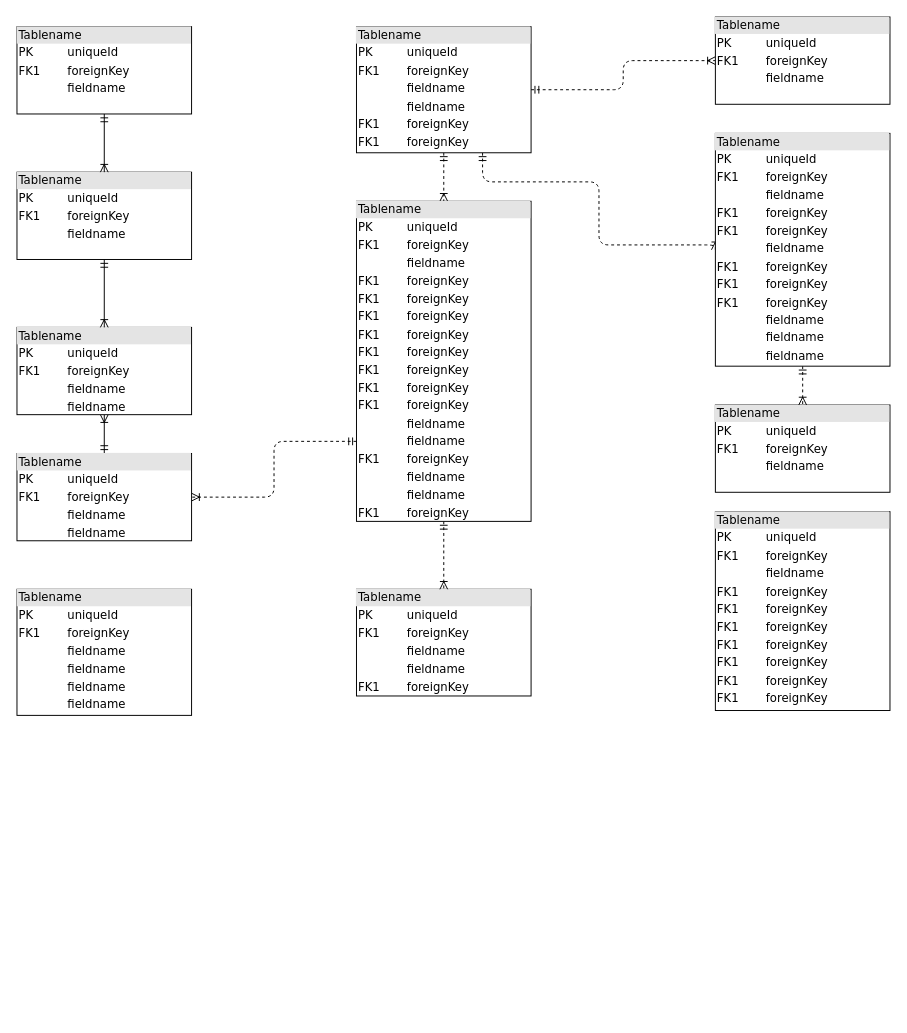
The draw.io diagram Untitled Diagram.drawio in Freely-TEA/binance_parscer, before the edit. Source tidied: cells renumbered, new cells numbered last; positions are measured from the earlier drawing's top-left corner, leaving out a move shared by most shapes. Both pictures are drawn from the tidied source at 97%, with x=0, y=0 at pixel (16, 16).
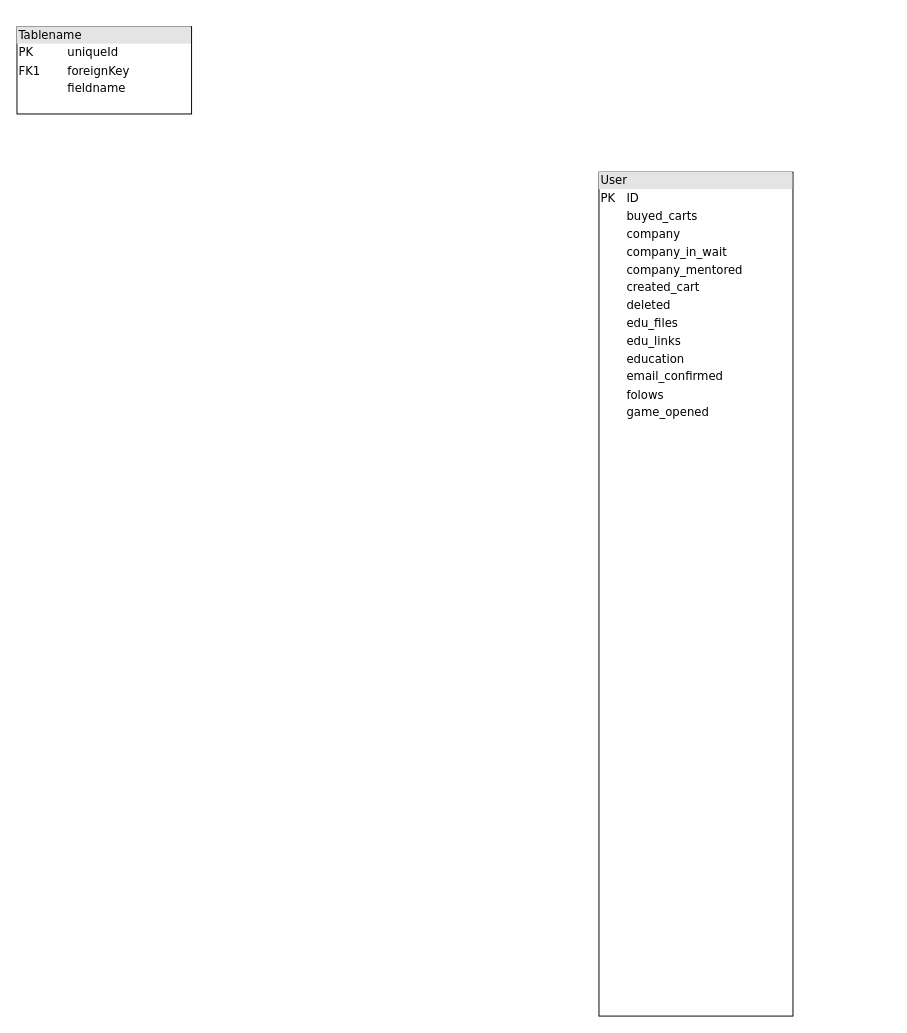
The same page after the edit.

Unchanged cells that the change refers to:
```xml
<mxCell id="2" value="&lt;div style=&quot;box-sizing:border-box;width:100%;background:#e4e4e4;padding:2px;&quot;&gt;Tablename&lt;/div&gt;&lt;table style=&quot;width:100%;font-size:1em;&quot; cellpadding=&quot;2&quot; cellspacing=&quot;0&quot;&gt;&lt;tr&gt;&lt;td&gt;PK&lt;/td&gt;&lt;td&gt;uniqueId&lt;/td&gt;&lt;/tr&gt;&lt;tr&gt;&lt;td&gt;FK1&lt;/td&gt;&lt;td&gt;foreignKey&lt;/td&gt;&lt;/tr&gt;&lt;tr&gt;&lt;td&gt;&lt;/td&gt;&lt;td&gt;fieldname&lt;/td&gt;&lt;/tr&gt;&lt;/table&gt;" style="verticalAlign=top;align=left;overflow=fill;html=1;rounded=0;shadow=0;comic=0;labelBackgroundColor=none;strokeWidth=1;fontFamily=Verdana;fontSize=12;" parent="1" vertex="1">
  <mxGeometry y="10" width="180" height="90" as="geometry" />
</mxCell>
```

The edit, as a diff of the source:
```diff
@@
-    <mxCell id="3" style="edgeStyle=orthogonalEdgeStyle;html=1;entryX=0.5;entryY=0;dashed=1;labelBackgroundColor=none;startArrow=ERmandOne;endArrow=ERoneToMany;fontFamily=Verdana;fontSize=12;align=left;" parent="1" edge="1" source="6" target="16">
-      <mxGeometry relative="1" as="geometry" />
-    </mxCell>
-    <mxCell id="4" style="edgeStyle=orthogonalEdgeStyle;html=1;dashed=1;labelBackgroundColor=none;startArrow=ERmandOne;endArrow=ERoneToMany;fontFamily=Verdana;fontSize=12;align=left;entryX=0;entryY=0.5;" parent="1" edge="1" source="6" target="19">
-      <mxGeometry relative="1" as="geometry">
-        <Array as="points">
-          <mxPoint x="480" y="170" />
-          <mxPoint x="600" y="170" />
-          <mxPoint x="600" y="235" />
-        </Array>
-      </mxGeometry>
-    </mxCell>
-    <mxCell id="5" style="edgeStyle=orthogonalEdgeStyle;html=1;dashed=1;labelBackgroundColor=none;startArrow=ERmandOne;endArrow=ERoneToMany;fontFamily=Verdana;fontSize=12;align=left;" parent="1" edge="1" source="6" target="20">
-      <mxGeometry relative="1" as="geometry" />
-    </mxCell>
-    <mxCell id="6" value="&lt;div style=&quot;box-sizing: border-box ; width: 100% ; background: #e4e4e4 ; padding: 2px&quot;&gt;Tablename&lt;/div&gt;&lt;table style=&quot;width: 100% ; font-size: 1em&quot; cellpadding=&quot;2&quot; cellspacing=&quot;0&quot;&gt;&lt;tbody&gt;&lt;tr&gt;&lt;td&gt;PK&lt;/td&gt;&lt;td&gt;uniqueId&lt;/td&gt;&lt;/tr&gt;&lt;tr&gt;&lt;td&gt;FK1&lt;/td&gt;&lt;td&gt;foreignKey&lt;/td&gt;&lt;/tr&gt;&lt;tr&gt;&lt;td&gt;&lt;/td&gt;&lt;td&gt;fieldname&lt;/td&gt;&lt;/tr&gt;&lt;tr&gt;&lt;td&gt;&lt;br&gt;&lt;/td&gt;&lt;td&gt;fieldname&lt;br&gt;&lt;/td&gt;&lt;/tr&gt;&lt;tr&gt;&lt;td&gt;FK1&lt;br&gt;&lt;/td&gt;&lt;td&gt;foreignKey&lt;br&gt;&lt;/td&gt;&lt;/tr&gt;&lt;tr&gt;&lt;td&gt;FK1&lt;br&gt;&lt;/td&gt;&lt;td&gt;foreignKey&lt;br&gt;&lt;/td&gt;&lt;/tr&gt;&lt;/tbody&gt;&lt;/table&gt;" style="verticalAlign=top;align=left;overflow=fill;html=1;rounded=0;shadow=0;comic=0;labelBackgroundColor=none;strokeWidth=1;fontFamily=Verdana;fontSize=12;" parent="1" vertex="1">
-      <mxGeometry x="350" y="10" width="180" height="130" as="geometry" />
-    </mxCell>
-    <mxCell id="7" style="edgeStyle=orthogonalEdgeStyle;html=1;labelBackgroundColor=none;startArrow=ERmandOne;endArrow=ERoneToMany;fontFamily=Verdana;fontSize=12;align=left;" parent="1" edge="1" source="9" target="10">
-      <mxGeometry relative="1" as="geometry" />
-    </mxCell>
-    <mxCell id="8" style="edgeStyle=orthogonalEdgeStyle;html=1;exitX=0;exitY=0.75;entryX=1;entryY=0.5;dashed=1;labelBackgroundColor=none;startArrow=ERmandOne;endArrow=ERoneToMany;fontFamily=Verdana;fontSize=12;align=left;" parent="1" edge="1" source="16" target="9">
-      <mxGeometry relative="1" as="geometry" />
-    </mxCell>
-    <mxCell id="9" value="&lt;div style=&quot;box-sizing: border-box ; width: 100% ; background: #e4e4e4 ; padding: 2px&quot;&gt;Tablename&lt;/div&gt;&lt;table style=&quot;width: 100% ; font-size: 1em&quot; cellpadding=&quot;2&quot; cellspacing=&quot;0&quot;&gt;&lt;tbody&gt;&lt;tr&gt;&lt;td&gt;PK&lt;/td&gt;&lt;td&gt;uniqueId&lt;/td&gt;&lt;/tr&gt;&lt;tr&gt;&lt;td&gt;FK1&lt;/td&gt;&lt;td&gt;foreignKey&lt;/td&gt;&lt;/tr&gt;&lt;tr&gt;&lt;td&gt;&lt;/td&gt;&lt;td&gt;fieldname&lt;/td&gt;&lt;/tr&gt;&lt;tr&gt;&lt;td&gt;&lt;br&gt;&lt;/td&gt;&lt;td&gt;fieldname&lt;br&gt;&lt;/td&gt;&lt;/tr&gt;&lt;/tbody&gt;&lt;/table&gt;" style="verticalAlign=top;align=left;overflow=fill;html=1;rounded=0;shadow=0;comic=0;labelBackgroundColor=none;strokeWidth=1;fontFamily=Verdana;fontSize=12;" parent="1" vertex="1">
-      <mxGeometry y="450" width="180" height="90" as="geometry" />
-    </mxCell>
-    <mxCell id="10" value="&lt;div style=&quot;box-sizing: border-box ; width: 100% ; background: #e4e4e4 ; padding: 2px&quot;&gt;Tablename&lt;/div&gt;&lt;table style=&quot;width: 100% ; font-size: 1em&quot; cellpadding=&quot;2&quot; cellspacing=&quot;0&quot;&gt;&lt;tbody&gt;&lt;tr&gt;&lt;td&gt;PK&lt;/td&gt;&lt;td&gt;uniqueId&lt;/td&gt;&lt;/tr&gt;&lt;tr&gt;&lt;td&gt;FK1&lt;/td&gt;&lt;td&gt;foreignKey&lt;/td&gt;&lt;/tr&gt;&lt;tr&gt;&lt;td&gt;&lt;/td&gt;&lt;td&gt;fieldname&lt;/td&gt;&lt;/tr&gt;&lt;tr&gt;&lt;td&gt;&lt;br&gt;&lt;/td&gt;&lt;td&gt;fieldname&lt;br&gt;&lt;/td&gt;&lt;/tr&gt;&lt;/tbody&gt;&lt;/table&gt;" style="verticalAlign=top;align=left;overflow=fill;html=1;rounded=0;shadow=0;comic=0;labelBackgroundColor=none;strokeWidth=1;fontFamily=Verdana;fontSize=12;" parent="1" vertex="1">
-      <mxGeometry y="320" width="180" height="90" as="geometry" />
-    </mxCell>
-    <mxCell id="11" style="edgeStyle=orthogonalEdgeStyle;html=1;entryX=0.5;entryY=0;labelBackgroundColor=none;startArrow=ERmandOne;endArrow=ERoneToMany;fontFamily=Verdana;fontSize=12;align=left;" parent="1" edge="1" source="12" target="10">
-      <mxGeometry relative="1" as="geometry" />
-    </mxCell>
-    <mxCell id="12" value="&lt;div style=&quot;box-sizing:border-box;width:100%;background:#e4e4e4;padding:2px;&quot;&gt;Tablename&lt;/div&gt;&lt;table style=&quot;width:100%;font-size:1em;&quot; cellpadding=&quot;2&quot; cellspacing=&quot;0&quot;&gt;&lt;tr&gt;&lt;td&gt;PK&lt;/td&gt;&lt;td&gt;uniqueId&lt;/td&gt;&lt;/tr&gt;&lt;tr&gt;&lt;td&gt;FK1&lt;/td&gt;&lt;td&gt;foreignKey&lt;/td&gt;&lt;/tr&gt;&lt;tr&gt;&lt;td&gt;&lt;/td&gt;&lt;td&gt;fieldname&lt;/td&gt;&lt;/tr&gt;&lt;/table&gt;" style="verticalAlign=top;align=left;overflow=fill;html=1;rounded=0;shadow=0;comic=0;labelBackgroundColor=none;strokeWidth=1;fontFamily=Verdana;fontSize=12;" parent="1" vertex="1">
-      <mxGeometry y="160" width="180" height="90" as="geometry" />
-    </mxCell>
-    <mxCell id="13" value="&lt;div style=&quot;box-sizing: border-box ; width: 100% ; background: #e4e4e4 ; padding: 2px&quot;&gt;Tablename&lt;/div&gt;&lt;table style=&quot;width: 100% ; font-size: 1em&quot; cellpadding=&quot;2&quot; cellspacing=&quot;0&quot;&gt;&lt;tbody&gt;&lt;tr&gt;&lt;td&gt;PK&lt;/td&gt;&lt;td&gt;uniqueId&lt;/td&gt;&lt;/tr&gt;&lt;tr&gt;&lt;td&gt;FK1&lt;/td&gt;&lt;td&gt;foreignKey&lt;/td&gt;&lt;/tr&gt;&lt;tr&gt;&lt;td&gt;&lt;/td&gt;&lt;td&gt;fieldname&lt;/td&gt;&lt;/tr&gt;&lt;tr&gt;&lt;td&gt;FK1&lt;br&gt;&lt;/td&gt;&lt;td&gt;foreignKey&lt;br&gt;&lt;/td&gt;&lt;/tr&gt;&lt;tr&gt;&lt;td&gt;FK1&lt;br&gt;&lt;/td&gt;&lt;td&gt;foreignKey&lt;br&gt;&lt;/td&gt;&lt;/tr&gt;&lt;tr&gt;&lt;td&gt;FK1&lt;br&gt;&lt;/td&gt;&lt;td&gt;foreignKey&lt;br&gt;&lt;/td&gt;&lt;/tr&gt;&lt;tr&gt;&lt;td&gt;FK1&lt;br&gt;&lt;/td&gt;&lt;td&gt;foreignKey&lt;br&gt;&lt;/td&gt;&lt;/tr&gt;&lt;tr&gt;&lt;td&gt;FK1&lt;br&gt;&lt;/td&gt;&lt;td&gt;foreignKey&lt;br&gt;&lt;/td&gt;&lt;/tr&gt;&lt;tr&gt;&lt;td&gt;FK1&lt;br&gt;&lt;/td&gt;&lt;td&gt;foreignKey&lt;br&gt;&lt;/td&gt;&lt;/tr&gt;&lt;tr&gt;&lt;td&gt;FK1&lt;br&gt;&lt;/td&gt;&lt;td&gt;foreignKey&lt;br&gt;&lt;/td&gt;&lt;/tr&gt;&lt;/tbody&gt;&lt;/table&gt;" style="verticalAlign=top;align=left;overflow=fill;html=1;rounded=0;shadow=0;comic=0;labelBackgroundColor=none;strokeWidth=1;fontFamily=Verdana;fontSize=12;" parent="1" vertex="1">
-      <mxGeometry x="720" y="510" width="180" height="205" as="geometry" />
+    <mxCell id="13" value="&lt;div style=&quot;box-sizing: border-box ; width: 100% ; background: #e4e4e4 ; padding: 2px&quot;&gt;User&lt;/div&gt;&lt;table style=&quot;width: 100% ; font-size: 1em&quot; cellspacing=&quot;0&quot; cellpadding=&quot;2&quot;&gt;&lt;tbody&gt;&lt;tr&gt;&lt;td&gt;PK&lt;/td&gt;&lt;td&gt;ID&lt;br&gt;&lt;/td&gt;&lt;/tr&gt;&lt;tr&gt;&lt;td&gt;&lt;br&gt;&lt;/td&gt;&lt;td&gt;buyed_carts&lt;/td&gt;&lt;/tr&gt;&lt;tr&gt;&lt;td&gt;&lt;br&gt;&lt;/td&gt;&lt;td&gt;company&lt;/td&gt;&lt;/tr&gt;&lt;tr&gt;&lt;td&gt;&lt;br&gt;&lt;/td&gt;&lt;td&gt;company_in_wait&lt;br&gt;&lt;/td&gt;&lt;/tr&gt;&lt;tr&gt;&lt;td&gt;&lt;br&gt;&lt;/td&gt;&lt;td&gt;company_mentored&lt;br&gt;&lt;/td&gt;&lt;/tr&gt;&lt;tr&gt;&lt;td&gt;&lt;br&gt;&lt;/td&gt;&lt;td&gt;created_cart&lt;br&gt;&lt;/td&gt;&lt;/tr&gt;&lt;tr&gt;&lt;td&gt;&lt;br&gt;&lt;/td&gt;&lt;td&gt;deleted&lt;br&gt;&lt;/td&gt;&lt;/tr&gt;&lt;tr&gt;&lt;td&gt;&lt;br&gt;&lt;/td&gt;&lt;td&gt;edu_files&lt;br&gt;&lt;/td&gt;&lt;/tr&gt;&lt;tr&gt;&lt;td&gt;&lt;br&gt;&lt;/td&gt;&lt;td&gt;edu_links&lt;br&gt;&lt;/td&gt;&lt;/tr&gt;&lt;tr&gt;&lt;td&gt;&lt;br&gt;&lt;/td&gt;&lt;td&gt;education&lt;br&gt;&lt;/td&gt;&lt;/tr&gt;&lt;tr&gt;&lt;td&gt;&lt;br&gt;&lt;/td&gt;&lt;td&gt;email_confirmed&lt;br&gt;&lt;/td&gt;&lt;/tr&gt;&lt;tr&gt;&lt;td&gt;&lt;br&gt;&lt;/td&gt;&lt;td&gt;folows&lt;br&gt;&lt;/td&gt;&lt;/tr&gt;&lt;tr&gt;&lt;td&gt;&lt;br&gt;&lt;/td&gt;&lt;td&gt;game_opened&lt;br&gt;&lt;/td&gt;&lt;/tr&gt;&lt;/tbody&gt;&lt;/table&gt;" style="verticalAlign=top;align=left;overflow=fill;html=1;rounded=0;shadow=0;comic=0;labelBackgroundColor=none;strokeWidth=1;fontFamily=Verdana;fontSize=12;" parent="1" vertex="1">
+      <mxGeometry x="600" y="160" width="200" height="870" as="geometry" />
     </mxCell>
-    <mxCell id="14" value="&lt;div style=&quot;box-sizing: border-box ; width: 100% ; background: #e4e4e4 ; padding: 2px&quot;&gt;Tablename&lt;/div&gt;&lt;table style=&quot;width: 100% ; font-size: 1em&quot; cellpadding=&quot;2&quot; cellspacing=&quot;0&quot;&gt;&lt;tbody&gt;&lt;tr&gt;&lt;td&gt;PK&lt;/td&gt;&lt;td&gt;uniqueId&lt;/td&gt;&lt;/tr&gt;&lt;tr&gt;&lt;td&gt;FK1&lt;/td&gt;&lt;td&gt;foreignKey&lt;/td&gt;&lt;/tr&gt;&lt;tr&gt;&lt;td&gt;&lt;/td&gt;&lt;td&gt;fieldname&lt;/td&gt;&lt;/tr&gt;&lt;tr&gt;&lt;td&gt;&lt;br&gt;&lt;/td&gt;&lt;td&gt;fieldname&lt;br&gt;&lt;/td&gt;&lt;/tr&gt;&lt;tr&gt;&lt;td&gt;FK1&lt;br&gt;&lt;/td&gt;&lt;td&gt;foreignKey&lt;br&gt;&lt;/td&gt;&lt;/tr&gt;&lt;/tbody&gt;&lt;/table&gt;" style="verticalAlign=top;align=left;overflow=fill;html=1;rounded=0;shadow=0;comic=0;labelBackgroundColor=none;strokeWidth=1;fontFamily=Verdana;fontSize=12;" parent="1" vertex="1">
-      <mxGeometry x="350" y="590" width="180" height="110" as="geometry" />
-    </mxCell>
-    <mxCell id="15" style="edgeStyle=orthogonalEdgeStyle;html=1;entryX=0.5;entryY=0;labelBackgroundColor=none;startArrow=ERmandOne;endArrow=ERoneToMany;fontFamily=Verdana;fontSize=12;align=left;dashed=1;" parent="1" edge="1" source="16" target="14">
-      <mxGeometry relative="1" as="geometry" />
-    </mxCell>
-    <mxCell id="16" value="&lt;div style=&quot;box-sizing: border-box ; width: 100% ; background: #e4e4e4 ; padding: 2px&quot;&gt;Tablename&lt;/div&gt;&lt;table style=&quot;width: 100% ; font-size: 1em&quot; cellpadding=&quot;2&quot; cellspacing=&quot;0&quot;&gt;&lt;tbody&gt;&lt;tr&gt;&lt;td&gt;PK&lt;/td&gt;&lt;td&gt;uniqueId&lt;/td&gt;&lt;/tr&gt;&lt;tr&gt;&lt;td&gt;FK1&lt;/td&gt;&lt;td&gt;foreignKey&lt;/td&gt;&lt;/tr&gt;&lt;tr&gt;&lt;td&gt;&lt;/td&gt;&lt;td&gt;fieldname&lt;/td&gt;&lt;/tr&gt;&lt;tr&gt;&lt;td&gt;FK1&lt;br&gt;&lt;/td&gt;&lt;td&gt;foreignKey&lt;br&gt;&lt;/td&gt;&lt;/tr&gt;&lt;tr&gt;&lt;td&gt;FK1&lt;br&gt;&lt;/td&gt;&lt;td&gt;foreignKey&lt;br&gt;&lt;/td&gt;&lt;/tr&gt;&lt;tr&gt;&lt;td&gt;FK1&lt;br&gt;&lt;/td&gt;&lt;td&gt;foreignKey&lt;br&gt;&lt;/td&gt;&lt;/tr&gt;&lt;tr&gt;&lt;td&gt;FK1&lt;br&gt;&lt;/td&gt;&lt;td&gt;foreignKey&lt;br&gt;&lt;/td&gt;&lt;/tr&gt;&lt;tr&gt;&lt;td&gt;FK1&lt;br&gt;&lt;/td&gt;&lt;td&gt;foreignKey&lt;br&gt;&lt;/td&gt;&lt;/tr&gt;&lt;tr&gt;&lt;td&gt;FK1&lt;br&gt;&lt;/td&gt;&lt;td&gt;foreignKey&lt;br&gt;&lt;/td&gt;&lt;/tr&gt;&lt;tr&gt;&lt;td&gt;FK1&lt;br&gt;&lt;/td&gt;&lt;td&gt;foreignKey&lt;br&gt;&lt;/td&gt;&lt;/tr&gt;&lt;tr&gt;&lt;td&gt;FK1&lt;br&gt;&lt;/td&gt;&lt;td&gt;foreignKey&lt;br&gt;&lt;/td&gt;&lt;/tr&gt;&lt;tr&gt;&lt;td&gt;&lt;br&gt;&lt;/td&gt;&lt;td&gt;fieldname&lt;br&gt;&lt;/td&gt;&lt;/tr&gt;&lt;tr&gt;&lt;td&gt;&lt;br&gt;&lt;/td&gt;&lt;td&gt;fieldname&lt;br&gt;&lt;/td&gt;&lt;/tr&gt;&lt;tr&gt;&lt;td&gt;FK1&lt;br&gt;&lt;/td&gt;&lt;td&gt;foreignKey&lt;br&gt;&lt;/td&gt;&lt;/tr&gt;&lt;tr&gt;&lt;td&gt;&lt;br&gt;&lt;/td&gt;&lt;td&gt;fieldname&lt;br&gt;&lt;/td&gt;&lt;/tr&gt;&lt;tr&gt;&lt;td&gt;&lt;br&gt;&lt;/td&gt;&lt;td&gt;fieldname&lt;br&gt;&lt;/td&gt;&lt;/tr&gt;&lt;tr&gt;&lt;td&gt;FK1&lt;br&gt;&lt;/td&gt;&lt;td&gt;foreignKey&lt;br&gt;&lt;/td&gt;&lt;/tr&gt;&lt;/tbody&gt;&lt;/table&gt;" style="verticalAlign=top;align=left;overflow=fill;html=1;rounded=0;shadow=0;comic=0;labelBackgroundColor=none;strokeWidth=1;fontFamily=Verdana;fontSize=12;" parent="1" vertex="1">
-      <mxGeometry x="350" y="190" width="180" height="330" as="geometry" />
-    </mxCell>
-    <mxCell id="17" value="&lt;div style=&quot;box-sizing:border-box;width:100%;background:#e4e4e4;padding:2px;&quot;&gt;Tablename&lt;/div&gt;&lt;table style=&quot;width:100%;font-size:1em;&quot; cellpadding=&quot;2&quot; cellspacing=&quot;0&quot;&gt;&lt;tr&gt;&lt;td&gt;PK&lt;/td&gt;&lt;td&gt;uniqueId&lt;/td&gt;&lt;/tr&gt;&lt;tr&gt;&lt;td&gt;FK1&lt;/td&gt;&lt;td&gt;foreignKey&lt;/td&gt;&lt;/tr&gt;&lt;tr&gt;&lt;td&gt;&lt;/td&gt;&lt;td&gt;fieldname&lt;/td&gt;&lt;/tr&gt;&lt;/table&gt;" style="verticalAlign=top;align=left;overflow=fill;html=1;rounded=0;shadow=0;comic=0;labelBackgroundColor=none;strokeWidth=1;fontFamily=Verdana;fontSize=12;" parent="1" vertex="1">
-      <mxGeometry x="720" y="400" width="180" height="90" as="geometry" />
-    </mxCell>
-    <mxCell id="18" style="edgeStyle=orthogonalEdgeStyle;html=1;entryX=0.5;entryY=0;dashed=1;labelBackgroundColor=none;startArrow=ERmandOne;endArrow=ERoneToMany;fontFamily=Verdana;fontSize=12;align=left;" parent="1" edge="1" source="19" target="17">
-      <mxGeometry relative="1" as="geometry" />
-    </mxCell>
-    <mxCell id="19" value="&lt;div style=&quot;box-sizing: border-box ; width: 100% ; background: #e4e4e4 ; padding: 2px&quot;&gt;Tablename&lt;/div&gt;&lt;table style=&quot;width: 100% ; font-size: 1em&quot; cellpadding=&quot;2&quot; cellspacing=&quot;0&quot;&gt;&lt;tbody&gt;&lt;tr&gt;&lt;td&gt;PK&lt;/td&gt;&lt;td&gt;uniqueId&lt;/td&gt;&lt;/tr&gt;&lt;tr&gt;&lt;td&gt;FK1&lt;/td&gt;&lt;td&gt;foreignKey&lt;/td&gt;&lt;/tr&gt;&lt;tr&gt;&lt;td&gt;&lt;/td&gt;&lt;td&gt;fieldname&lt;/td&gt;&lt;/tr&gt;&lt;tr&gt;&lt;td&gt;FK1&lt;br&gt;&lt;/td&gt;&lt;td&gt;foreignKey&lt;br&gt;&lt;/td&gt;&lt;/tr&gt;&lt;tr&gt;&lt;td&gt;FK1&lt;br&gt;&lt;/td&gt;&lt;td&gt;foreignKey&lt;br&gt;&lt;/td&gt;&lt;/tr&gt;&lt;tr&gt;&lt;td&gt;&lt;br&gt;&lt;/td&gt;&lt;td&gt;fieldname&lt;br&gt;&lt;/td&gt;&lt;/tr&gt;&lt;tr&gt;&lt;td&gt;FK1&lt;br&gt;&lt;/td&gt;&lt;td&gt;foreignKey&lt;br&gt;&lt;/td&gt;&lt;/tr&gt;&lt;tr&gt;&lt;td&gt;FK1&lt;br&gt;&lt;/td&gt;&lt;td&gt;foreignKey&lt;br&gt;&lt;/td&gt;&lt;/tr&gt;&lt;tr&gt;&lt;td&gt;FK1&lt;br&gt;&lt;/td&gt;&lt;td&gt;foreignKey&lt;br&gt;&lt;/td&gt;&lt;/tr&gt;&lt;tr&gt;&lt;td&gt;&lt;br&gt;&lt;/td&gt;&lt;td&gt;fieldname&lt;br&gt;&lt;/td&gt;&lt;/tr&gt;&lt;tr&gt;&lt;td&gt;&lt;br&gt;&lt;/td&gt;&lt;td&gt;fieldname&lt;br&gt;&lt;/td&gt;&lt;/tr&gt;&lt;tr&gt;&lt;td&gt;&lt;br&gt;&lt;/td&gt;&lt;td&gt;fieldname&lt;br&gt;&lt;/td&gt;&lt;/tr&gt;&lt;/tbody&gt;&lt;/table&gt;" style="verticalAlign=top;align=left;overflow=fill;html=1;rounded=0;shadow=0;comic=0;labelBackgroundColor=none;strokeWidth=1;fontFamily=Verdana;fontSize=12;" parent="1" vertex="1">
-      <mxGeometry x="720" y="120" width="180" height="240" as="geometry" />
-    </mxCell>
-    <mxCell id="20" value="&lt;div style=&quot;box-sizing:border-box;width:100%;background:#e4e4e4;padding:2px;&quot;&gt;Tablename&lt;/div&gt;&lt;table style=&quot;width:100%;font-size:1em;&quot; cellpadding=&quot;2&quot; cellspacing=&quot;0&quot;&gt;&lt;tr&gt;&lt;td&gt;PK&lt;/td&gt;&lt;td&gt;uniqueId&lt;/td&gt;&lt;/tr&gt;&lt;tr&gt;&lt;td&gt;FK1&lt;/td&gt;&lt;td&gt;foreignKey&lt;/td&gt;&lt;/tr&gt;&lt;tr&gt;&lt;td&gt;&lt;/td&gt;&lt;td&gt;fieldname&lt;/td&gt;&lt;/tr&gt;&lt;/table&gt;" style="verticalAlign=top;align=left;overflow=fill;html=1;rounded=0;shadow=0;comic=0;labelBackgroundColor=none;strokeWidth=1;fontFamily=Verdana;fontSize=12;" parent="1" vertex="1">
-      <mxGeometry x="720" width="180" height="90" as="geometry" />
-    </mxCell>
-    <mxCell id="21" value="&lt;div style=&quot;box-sizing: border-box ; width: 100% ; background: #e4e4e4 ; padding: 2px&quot;&gt;Tablename&lt;/div&gt;&lt;table style=&quot;width: 100% ; font-size: 1em&quot; cellpadding=&quot;2&quot; cellspacing=&quot;0&quot;&gt;&lt;tbody&gt;&lt;tr&gt;&lt;td&gt;PK&lt;/td&gt;&lt;td&gt;uniqueId&lt;/td&gt;&lt;/tr&gt;&lt;tr&gt;&lt;td&gt;FK1&lt;/td&gt;&lt;td&gt;foreignKey&lt;/td&gt;&lt;/tr&gt;&lt;tr&gt;&lt;td&gt;&lt;/td&gt;&lt;td&gt;fieldname&lt;/td&gt;&lt;/tr&gt;&lt;tr&gt;&lt;td&gt;&lt;br&gt;&lt;/td&gt;&lt;td&gt;fieldname&lt;br&gt;&lt;/td&gt;&lt;/tr&gt;&lt;tr&gt;&lt;td&gt;&lt;br&gt;&lt;/td&gt;&lt;td&gt;fieldname&lt;br&gt;&lt;/td&gt;&lt;/tr&gt;&lt;tr&gt;&lt;td&gt;&lt;br&gt;&lt;/td&gt;&lt;td&gt;fieldname&lt;br&gt;&lt;/td&gt;&lt;/tr&gt;&lt;/tbody&gt;&lt;/table&gt;" style="verticalAlign=top;align=left;overflow=fill;html=1;rounded=0;shadow=0;comic=0;labelBackgroundColor=none;strokeWidth=1;fontFamily=Verdana;fontSize=12;" parent="1" vertex="1">
-      <mxGeometry y="590" width="180" height="130" as="geometry" />
-    </mxCell>
-    <mxCell id="22" style="edgeStyle=orthogonalEdgeStyle;html=1;endArrow=ERoneToMany;startArrow=ERmandOne;labelBackgroundColor=none;fontFamily=Verdana;fontSize=12;align=left;exitX=0.5;exitY=1;entryX=0.5;entryY=0;" parent="1" edge="1" source="2" target="12">
-      <mxGeometry relative="1" as="geometry" />
-    </mxCell>
```
